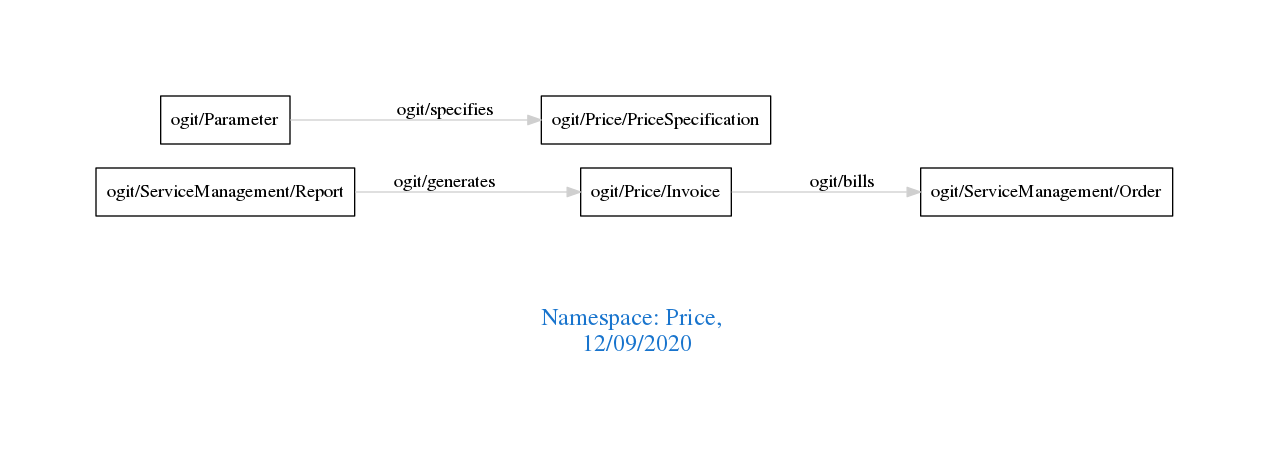
Before: downloads/Price.png, a diagram exported from Graphviz (arago/OGIT). Its source is kept beside it as downloads/Price.dot.
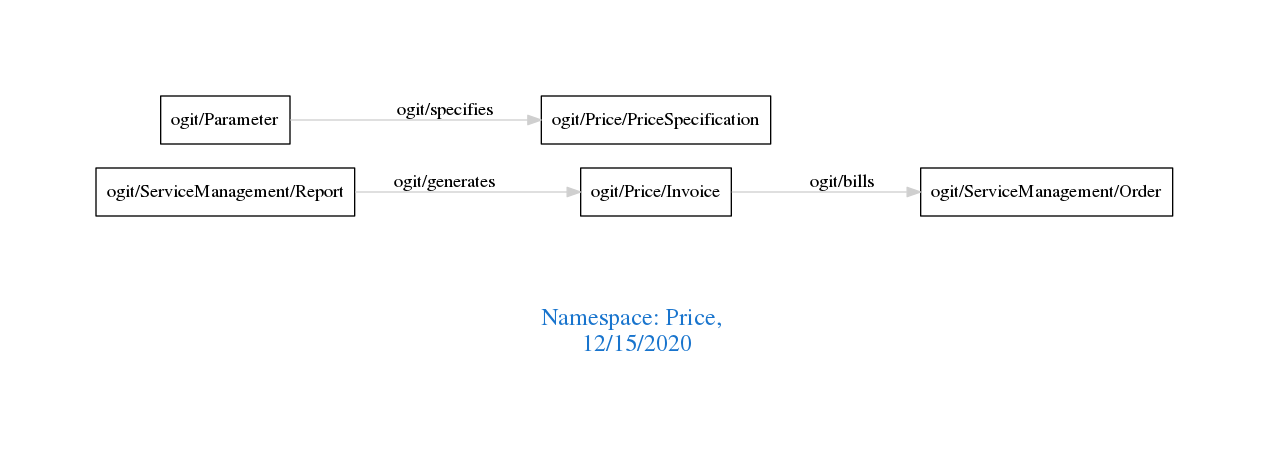
The same file after the commit.

What changed in the source:
```diff
@@ -1,7 +1,7 @@
 digraph OGIT_ontology {
  graph [ rankdir= LR,pad=1
 fontsize = 18,
-fontcolor= dodgerblue3,label = "\n\n\nNamespace: Price, \n 12/09/2020"];
+fontcolor= dodgerblue3,label = "\n\n\nNamespace: Price, \n 12/15/2020"];
 node[shape=polygon];
 edge [  color="gray81"];
 
```
